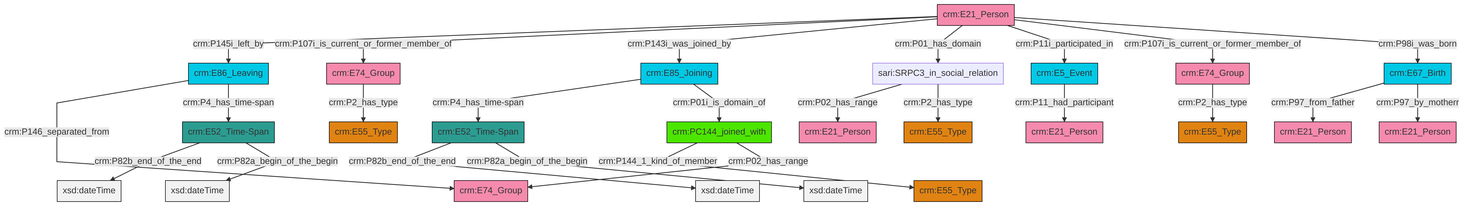
Before: et/personCSV/ttl/mmd/png/Person_Actor_Relations.png, a diagram exported from Mermaid (swiss-art-research-net/reference-data-models). Its source is kept beside it as et/personCSV/ttl/mmd/Person_Actor_Relations.ttl.mmd.
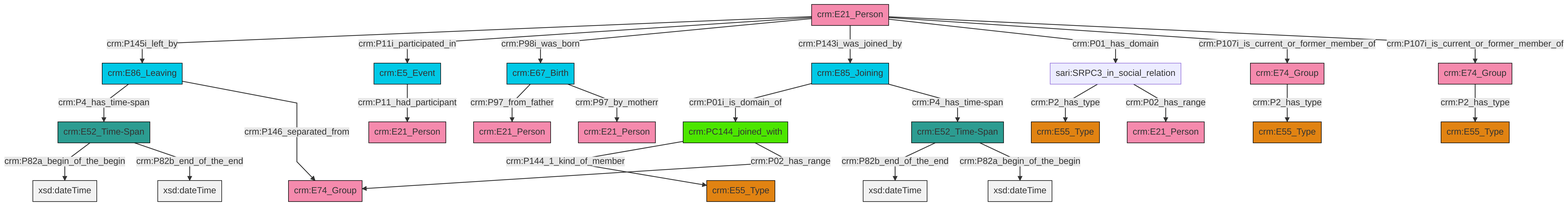
After the change.

Change to the diagram source:
```diff
@@ -13,27 +13,27 @@
 classDef PC_Classes fill:#4ce600, stroke:#000000;
 classDef Multi fill:#cccccc,stroke:#000000;
 
-0["crm:E21_Person"]:::Actor -->|crm:P145i_left_by| 2["crm:E86_Leaving"]:::Temporal_Entity
-5["crm:E5_Event"]:::Temporal_Entity -->|crm:P11_had_participant| 6["crm:E21_Person"]:::Actor
-7["sari:SRPC3_in_social_relation"]:::Default -->|crm:P02_has_range| 8["crm:E21_Person"]:::Actor
-2["crm:E86_Leaving"]:::Temporal_Entity -->|crm:P146_separated_from| 17["crm:E74_Group"]:::Actor
-0["crm:E21_Person"]:::Actor -->|crm:P107i_is_current_or_former_member_of| 20["crm:E74_Group"]:::Actor
-21["crm:PC144_joined_with"]:::PC_Classes -->|crm:P144_1_kind_of_member| 15["crm:E55_Type"]:::Type
-20["crm:E74_Group"]:::Actor -->|crm:P2_has_type| 9["crm:E55_Type"]:::Type
-27["crm:E52_Time-Span"]:::Time-Span -->|crm:P82b_end_of_the_end| 28[xsd:dateTime]:::Literal
-11["crm:E67_Birth"]:::Temporal_Entity -->|crm:P97_from_father| 3["crm:E21_Person"]:::Actor
-7["sari:SRPC3_in_social_relation"]:::Default -->|crm:P2_has_type| 13["crm:E55_Type"]:::Type
-0["crm:E21_Person"]:::Actor -->|crm:P143i_was_joined_by| 18["crm:E85_Joining"]:::Temporal_Entity
-21["crm:PC144_joined_with"]:::PC_Classes -->|crm:P02_has_range| 17["crm:E74_Group"]:::Actor
-11["crm:E67_Birth"]:::Temporal_Entity -->|crm:P97_by_motherr| 25["crm:E21_Person"]:::Actor
-33["crm:E52_Time-Span"]:::Time-Span -->|crm:P82b_end_of_the_end| 34[xsd:dateTime]:::Literal
-33["crm:E52_Time-Span"]:::Time-Span -->|crm:P82a_begin_of_the_begin| 36[xsd:dateTime]:::Literal
-0["crm:E21_Person"]:::Actor -->|crm:P01_has_domain| 7["sari:SRPC3_in_social_relation"]:::Default
-18["crm:E85_Joining"]:::Temporal_Entity -->|crm:P4_has_time-span| 27["crm:E52_Time-Span"]:::Time-Span
-0["crm:E21_Person"]:::Actor -->|crm:P11i_participated_in| 5["crm:E5_Event"]:::Temporal_Entity
-40["crm:E74_Group"]:::Actor -->|crm:P2_has_type| 29["crm:E55_Type"]:::Type
-2["crm:E86_Leaving"]:::Temporal_Entity -->|crm:P4_has_time-span| 33["crm:E52_Time-Span"]:::Time-Span
-18["crm:E85_Joining"]:::Temporal_Entity -->|crm:P01i_is_domain_of| 21["crm:PC144_joined_with"]:::PC_Classes
-27["crm:E52_Time-Span"]:::Time-Span -->|crm:P82a_begin_of_the_begin| 45[xsd:dateTime]:::Literal
-0["crm:E21_Person"]:::Actor -->|crm:P107i_is_current_or_former_member_of| 40["crm:E74_Group"]:::Actor
-0["crm:E21_Person"]:::Actor -->|crm:P98i_was_born| 11["crm:E67_Birth"]:::Temporal_Entity
+2["crm:E21_Person"]:::Actor -->|crm:P145i_left_by| 3["crm:E86_Leaving"]:::Temporal_Entity
+15["crm:E52_Time-Span"]:::Time-Span -->|crm:P82b_end_of_the_end| 16[xsd:dateTime]:::Literal
+2["crm:E21_Person"]:::Actor -->|crm:P11i_participated_in| 17["crm:E5_Event"]:::Temporal_Entity
+25["crm:PC144_joined_with"]:::PC_Classes -->|crm:P144_1_kind_of_member| 4["crm:E55_Type"]:::Type
+2["crm:E21_Person"]:::Actor -->|crm:P98i_was_born| 12["crm:E67_Birth"]:::Temporal_Entity
+8["crm:E74_Group"]:::Actor -->|crm:P2_has_type| 26["crm:E55_Type"]:::Type
+21["crm:E52_Time-Span"]:::Time-Span -->|crm:P82a_begin_of_the_begin| 29[xsd:dateTime]:::Literal
+15["crm:E52_Time-Span"]:::Time-Span -->|crm:P82a_begin_of_the_begin| 31[xsd:dateTime]:::Literal
+2["crm:E21_Person"]:::Actor -->|crm:P143i_was_joined_by| 32["crm:E85_Joining"]:::Temporal_Entity
+2["crm:E21_Person"]:::Actor -->|crm:P01_has_domain| 33["sari:SRPC3_in_social_relation"]:::Default
+10["crm:E74_Group"]:::Actor -->|crm:P2_has_type| 23["crm:E55_Type"]:::Type
+33["sari:SRPC3_in_social_relation"]:::Default -->|crm:P2_has_type| 34["crm:E55_Type"]:::Type
+33["sari:SRPC3_in_social_relation"]:::Default -->|crm:P02_has_range| 19["crm:E21_Person"]:::Actor
+2["crm:E21_Person"]:::Actor -->|crm:P107i_is_current_or_former_member_of| 8["crm:E74_Group"]:::Actor
+2["crm:E21_Person"]:::Actor -->|crm:P107i_is_current_or_former_member_of| 10["crm:E74_Group"]:::Actor
+21["crm:E52_Time-Span"]:::Time-Span -->|crm:P82b_end_of_the_end| 43[xsd:dateTime]:::Literal
+32["crm:E85_Joining"]:::Temporal_Entity -->|crm:P01i_is_domain_of| 25["crm:PC144_joined_with"]:::PC_Classes
+12["crm:E67_Birth"]:::Temporal_Entity -->|crm:P97_from_father| 39["crm:E21_Person"]:::Actor
+25["crm:PC144_joined_with"]:::PC_Classes -->|crm:P02_has_range| 0["crm:E74_Group"]:::Actor
+3["crm:E86_Leaving"]:::Temporal_Entity -->|crm:P4_has_time-span| 21["crm:E52_Time-Span"]:::Time-Span
+3["crm:E86_Leaving"]:::Temporal_Entity -->|crm:P146_separated_from| 0["crm:E74_Group"]:::Actor
+17["crm:E5_Event"]:::Temporal_Entity -->|crm:P11_had_participant| 6["crm:E21_Person"]:::Actor
+32["crm:E85_Joining"]:::Temporal_Entity -->|crm:P4_has_time-span| 15["crm:E52_Time-Span"]:::Time-Span
+12["crm:E67_Birth"]:::Temporal_Entity -->|crm:P97_by_motherr| 41["crm:E21_Person"]:::Actor
```
